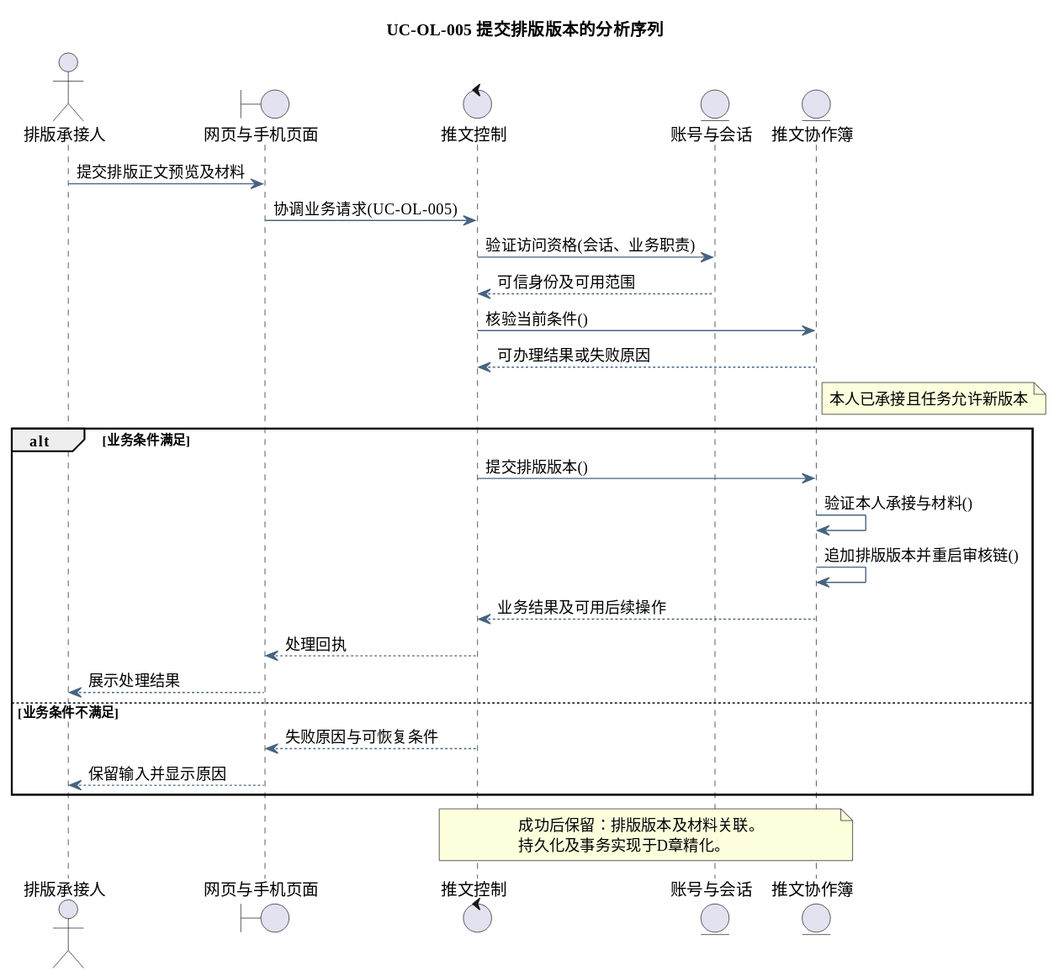
Before: docs/diagrams/analysis/seq-uc-ol-005.svg, a diagram exported from PlantUML (tccc1csu/miniprogram-csu). Its diagram source:
```plantuml
@startuml
skinparam defaultFontName Microsoft YaHei
skinparam shadowing false
skinparam backgroundColor #FFFFFF
skinparam ArrowColor #466482
skinparam classAttributeIconSize 0
hide empty members
title UC-OL-005 提交排版版本的分析序列
actor "排版承接人" as actor
boundary "网页与手机页面" as page
control "推文控制" as ctl
entity "账号与会话" as identity
entity "推文协作簿" as model
actor -> page : 提交排版正文预览及材料
page -> ctl : 协调业务请求(UC-OL-005)
ctl -> identity : 验证访问资格(会话、业务职责)
identity --> ctl : 可信身份及可用范围
ctl -> model : 核验当前条件()
model --> ctl : 可办理结果或失败原因
note right of model
本人已承接且任务允许新版本
end note
alt 业务条件满足
ctl -> model : 提交排版版本()
model -> model : 验证本人承接与材料()
model -> model : 追加排版版本并重启审核链()
model --> ctl : 业务结果及可用后续操作
ctl --> page : 处理回执
page --> actor : 展示处理结果
else 业务条件不满足
ctl --> page : 失败原因与可恢复条件
page --> actor : 保留输入并显示原因
end
note over ctl,model
成功后保留：排版版本及材料关联。
持久化及事务实现于D章精化。
end note
@enduml
```
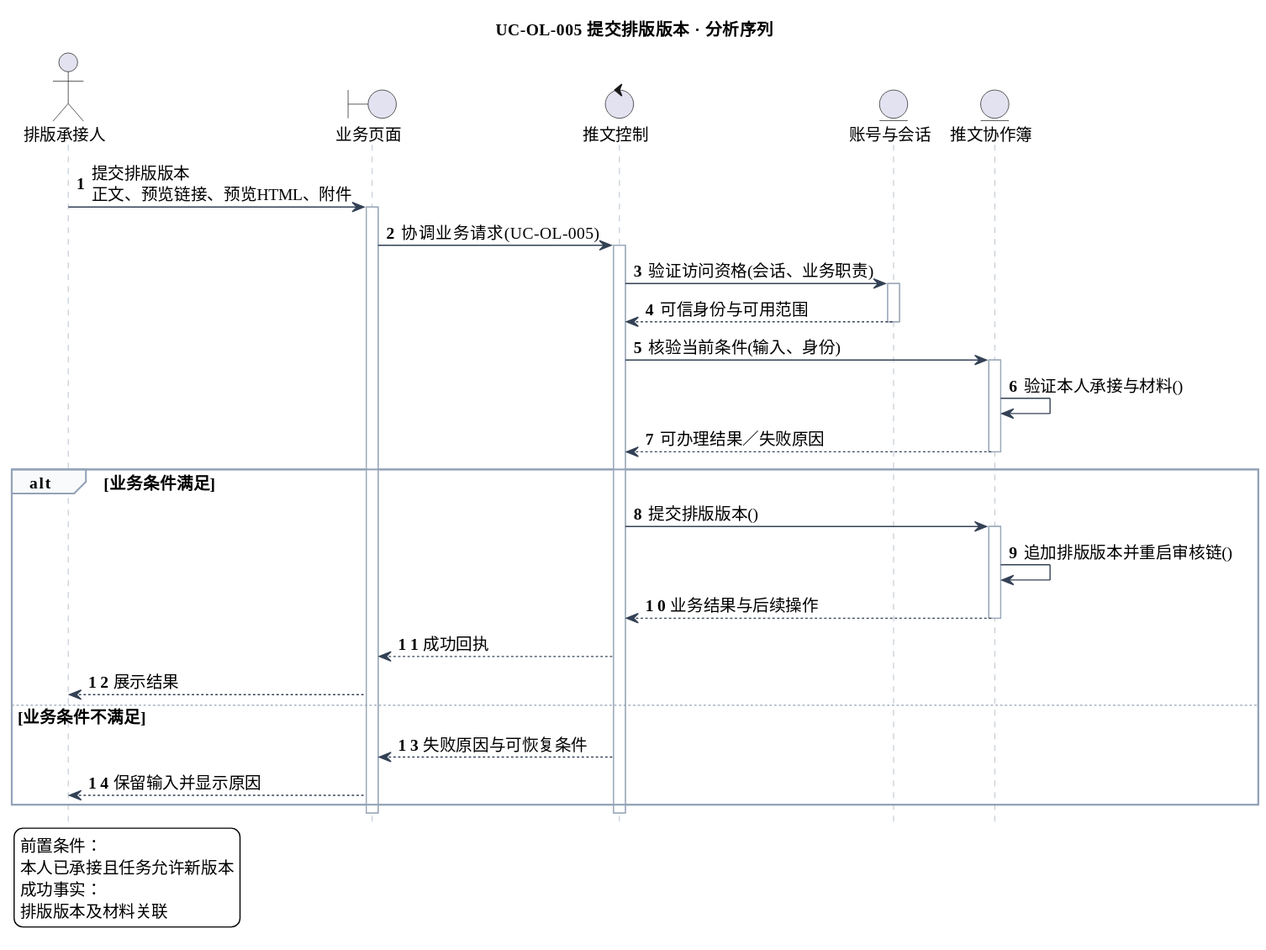
After the commit.

Diff of the diagram source:
```diff
@@ -5,34 +5,52 @@
 skinparam ArrowColor #466482
 skinparam classAttributeIconSize 0
 hide empty members
-title UC-OL-005 提交排版版本的分析序列
+skinparam defaultFontSize 14
+skinparam sequenceLifeLineBorderColor #9AA8B8
+skinparam sequenceArrowColor #334155
+skinparam sequenceGroupBorderColor #94A3B8
+skinparam sequenceGroupBackgroundColor #F8FAFC
+skinparam sequenceParticipantPadding 18
+skinparam maxMessageSize 240
+hide footbox
+autonumber
+title UC-OL-005 提交排版版本 · 分析序列
 actor "排版承接人" as actor
-boundary "网页与手机页面" as page
+boundary "业务页面" as page
 control "推文控制" as ctl
 entity "账号与会话" as identity
 entity "推文协作簿" as model
-actor -> page : 提交排版正文预览及材料
+actor -> page : 提交排版版本\n正文、预览链接、预览HTML、附件
+activate page
 page -> ctl : 协调业务请求(UC-OL-005)
+activate ctl
 ctl -> identity : 验证访问资格(会话、业务职责)
-identity --> ctl : 可信身份及可用范围
-ctl -> model : 核验当前条件()
-model --> ctl : 可办理结果或失败原因
-note right of model
-本人已承接且任务允许新版本
-end note
+activate identity
+identity --> ctl : 可信身份与可用范围
+deactivate identity
+ctl -> model : 核验当前条件(输入、身份)
+activate model
+model -> model : 验证本人承接与材料()
+model --> ctl : 可办理结果／失败原因
+deactivate model
 alt 业务条件满足
 ctl -> model : 提交排版版本()
-model -> model : 验证本人承接与材料()
+activate model
 model -> model : 追加排版版本并重启审核链()
-model --> ctl : 业务结果及可用后续操作
-ctl --> page : 处理回执
-page --> actor : 展示处理结果
+model --> ctl : 业务结果与后续操作
+deactivate model
+ctl --> page : 成功回执
+page --> actor : 展示结果
 else 业务条件不满足
 ctl --> page : 失败原因与可恢复条件
 page --> actor : 保留输入并显示原因
 end
-note over ctl,model
-成功后保留：排版版本及材料关联。
-持久化及事务实现于D章精化。
-end note
+deactivate ctl
+deactivate page
+legend bottom left
+前置条件：
+本人已承接且任务允许新版本
+成功事实：
+排版版本及材料关联
+endlegend
 @enduml
```
